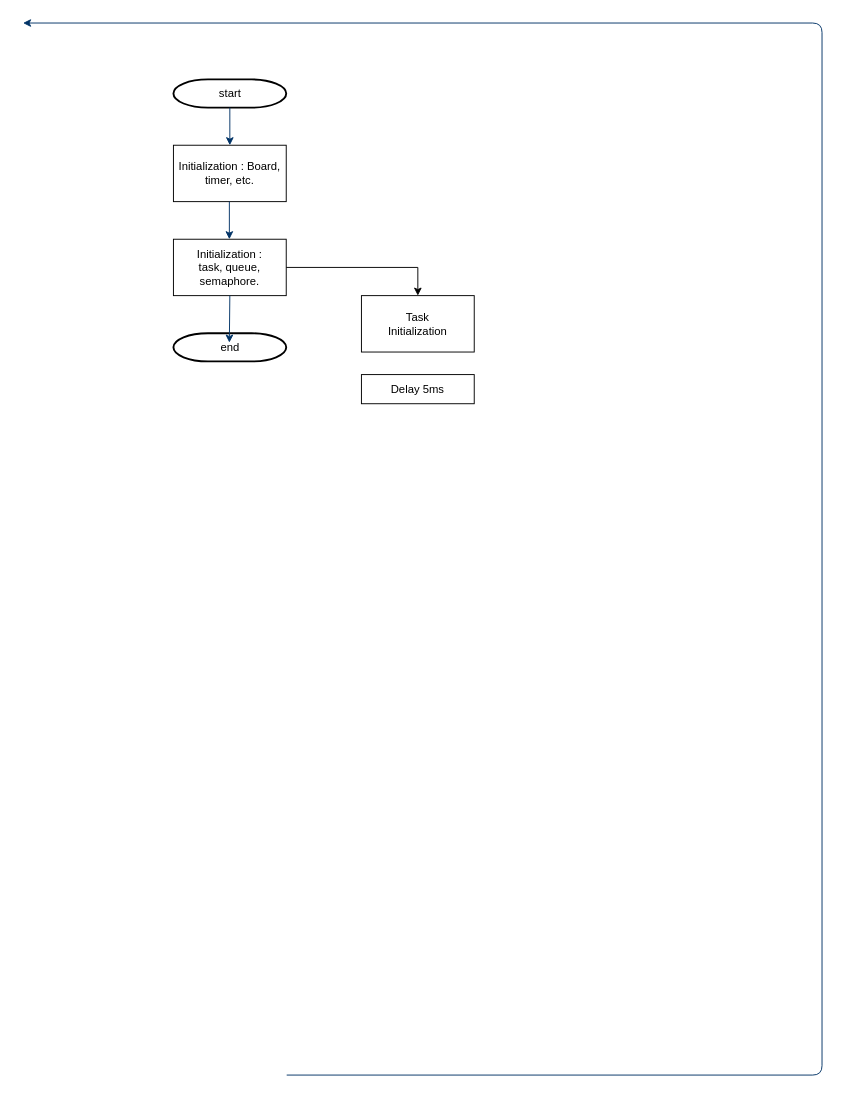
Above: EABS/Document_Pack/ASDD/Tasks/FieldSignalTask/FieldSignalTask_FlowChart06.drawio in chillin2/MyDraw.io (draw.io), before the change. Source tidied: cells renumbered, new cells numbered last; positions are measured from the earlier drawing's top-left corner, leaving out a move shared by most shapes. Both pictures are drawn from the tidied source at 94%, with x=0, y=0 at pixel (23, 23).
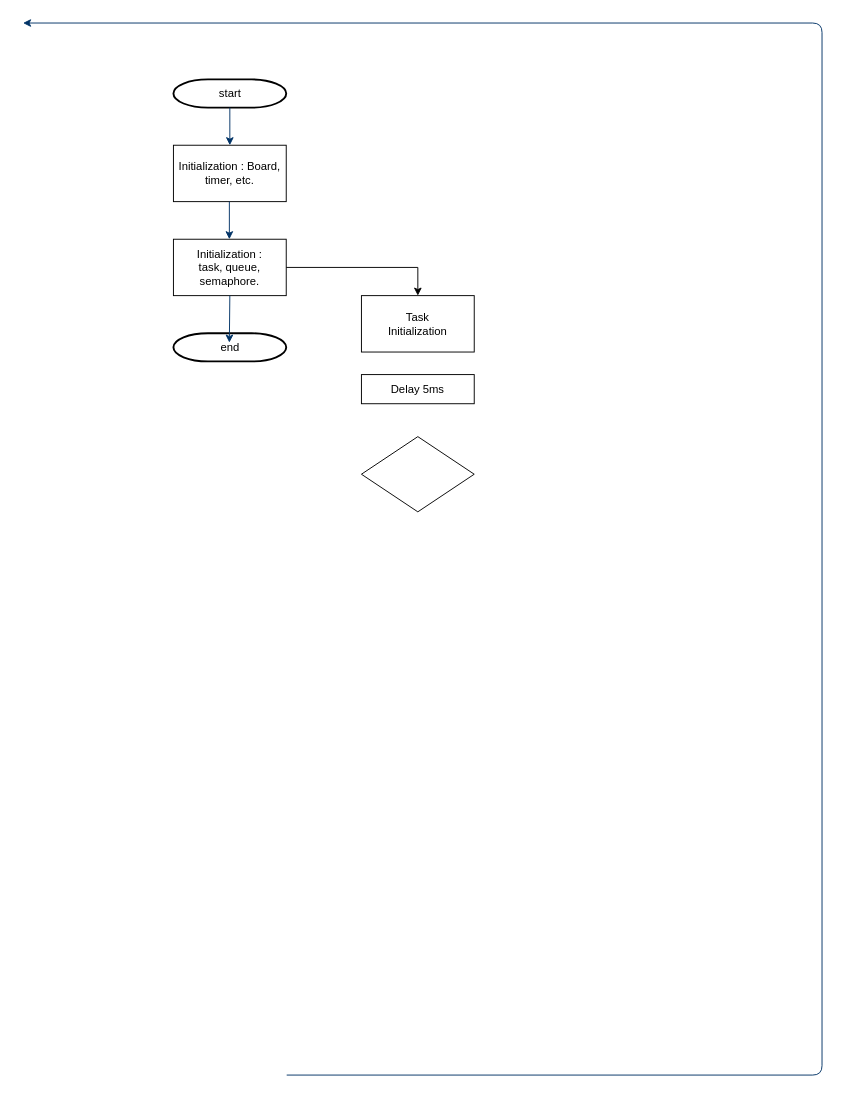
Above is the later version.

The edit, as a diff of the source:
```diff
@@
 <mxGraphModel>
   <root>
     <mxCell id="0" />
     <mxCell id="1" parent="0" />
     <mxCell id="2" value="start" style="shape=mxgraph.flowchart.terminator;strokeWidth=2;gradientColor=none;gradientDirection=north;fontStyle=0;html=1;" parent="1" vertex="1">
       <mxGeometry x="160" y="60" width="120" height="30" as="geometry" />
     </mxCell>
     <mxCell id="3" style="fontStyle=1;strokeColor=#003366;strokeWidth=1;html=1;" parent="1" edge="1" source="2">
       <mxGeometry relative="1" as="geometry">
         <mxPoint x="220" y="130" as="targetPoint" />
       </mxGeometry>
     </mxCell>
     <mxCell id="4" value="end" style="shape=mxgraph.flowchart.terminator;strokeWidth=2;gradientColor=none;gradientDirection=north;fontStyle=0;html=1;" parent="1" vertex="1">
       <mxGeometry x="160" y="330" width="120" height="30" as="geometry" />
     </mxCell>
     <mxCell id="5" style="edgeStyle=elbowEdgeStyle;elbow=horizontal;exitX=1;exitY=0.5;exitPerimeter=0;entryX=0.905;entryY=0.5;entryPerimeter=0;fontStyle=1;strokeColor=#003366;strokeWidth=1;html=1;" parent="1" edge="1">
       <mxGeometry as="geometry">
         <mxPoint x="280.5" y="1119.2" as="sourcePoint" />
         <mxPoint as="targetPoint" />
         <Array as="points">
           <mxPoint x="850" y="1320" />
         </Array>
       </mxGeometry>
     </mxCell>
     <mxCell id="6" value="Initialization : Board, timer, etc." style="rounded=0;whiteSpace=wrap;html=1;" parent="1" vertex="1">
       <mxGeometry x="160" y="130" width="120" height="60" as="geometry" />
     </mxCell>
     <mxCell id="7" value="Initialization : &lt;br&gt;task, queue, semaphore." style="rounded=0;whiteSpace=wrap;html=1;" parent="1" vertex="1">
       <mxGeometry x="160" y="230" width="120" height="60" as="geometry" />
     </mxCell>
     <mxCell id="8" style="fontStyle=1;strokeColor=#003366;strokeWidth=1;html=1;" parent="1" edge="1">
       <mxGeometry relative="1" as="geometry">
         <mxPoint x="219.5" y="190" as="sourcePoint" />
         <mxPoint x="219.5" y="230" as="targetPoint" />
       </mxGeometry>
     </mxCell>
     <mxCell id="9" style="fontStyle=1;strokeColor=#003366;strokeWidth=1;html=1;exitX=0.5;exitY=1;exitDx=0;exitDy=0;" parent="1" edge="1" source="7">
       <mxGeometry relative="1" as="geometry">
         <mxPoint x="219.5" y="340" as="targetPoint" />
       </mxGeometry>
     </mxCell>
     <mxCell id="10" style="endArrow=classic;html=1;rounded=0;exitX=1;exitY=0.5;exitDx=0;exitDy=0;" parent="1" edge="1" source="7">
       <mxGeometry relative="1" as="geometry">
         <mxPoint x="420" y="290" as="targetPoint" />
         <Array as="points">
           <mxPoint x="420" y="260" />
         </Array>
       </mxGeometry>
     </mxCell>
     <mxCell id="11" value="Task&lt;br&gt;Initialization" style="rounded=0;whiteSpace=wrap;html=1;" parent="1" vertex="1">
       <mxGeometry x="360" y="290" width="120" height="60" as="geometry" />
     </mxCell>
     <mxCell id="12" value="Delay 5ms" style="rounded=0;whiteSpace=wrap;html=1;" parent="1" vertex="1">
       <mxGeometry x="360" y="374" width="120" height="31" as="geometry" />
     </mxCell>
+    <mxCell id="13" style="rhombus;whiteSpace=wrap;html=1;" parent="1" vertex="1">
+      <mxGeometry x="360" y="440" width="120" height="80" as="geometry" />
+    </mxCell>
   </root>
 </mxGraphModel>
```
